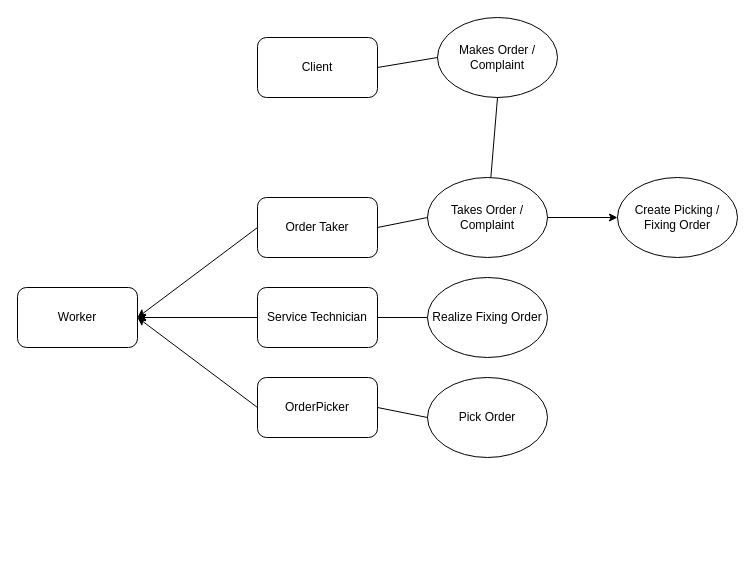
This is RelatedFiles/Diagram Przypadków-Użyć.drawio from LKuczera1/ShopManager, a draw.io file, before an edit. Source tidied: cells renumbered, new cells numbered last; positions are measured from the earlier drawing's top-left corner, leaving out a move shared by most shapes. Both pictures are drawn from the tidied source at 100%, with x=0, y=0 at pixel (17, 17).
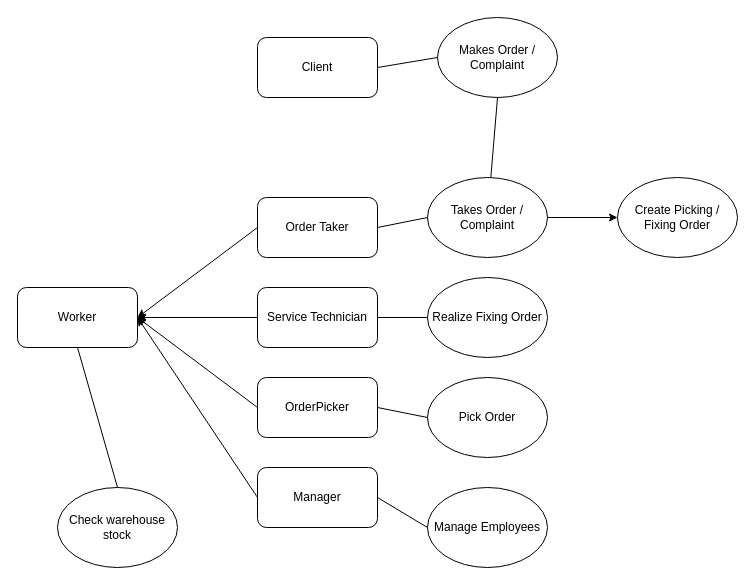
After the change.

Unchanged cells that the change refers to:
```xml
<mxCell id="3" value="Worker" style="rounded=1;whiteSpace=wrap;html=1;" parent="1" vertex="1">
  <mxGeometry y="270" width="120" height="60" as="geometry" />
</mxCell>
```

The edit, as a diff of the source:
```diff
@@
+    <mxCell id="21" value="Manager" style="rounded=1;whiteSpace=wrap;html=1;" parent="1" vertex="1">
+      <mxGeometry x="240" y="450" width="120" height="60" as="geometry" />
+    </mxCell>
+    <mxCell id="22" value="Manage Employees" style="ellipse;whiteSpace=wrap;html=1;" parent="1" vertex="1">
+      <mxGeometry x="410" y="470" width="120" height="80" as="geometry" />
+    </mxCell>
+    <mxCell id="23" value="Check warehouse&lt;br&gt;stock" style="ellipse;whiteSpace=wrap;html=1;" parent="1" vertex="1">
+      <mxGeometry x="40" y="470" width="120" height="80" as="geometry" />
+    </mxCell>
+    <mxCell id="24" style="endArrow=none;html=1;rounded=0;entryX=1;entryY=0.5;entryDx=0;entryDy=0;exitX=0;exitY=0.5;exitDx=0;exitDy=0;" parent="1" edge="1" source="22" target="21">
+      <mxGeometry relative="1" as="geometry" />
+    </mxCell>
+    <mxCell id="25" style="endArrow=none;html=1;rounded=0;entryX=0.5;entryY=0;entryDx=0;entryDy=0;exitX=0.5;exitY=1;exitDx=0;exitDy=0;" parent="1" edge="1" source="3" target="23">
+      <mxGeometry relative="1" as="geometry" />
+    </mxCell>
+    <mxCell id="26" style="endArrow=classic;html=1;rounded=0;entryX=1;entryY=0.5;entryDx=0;entryDy=0;exitX=0;exitY=0.5;exitDx=0;exitDy=0;" parent="1" edge="1" source="21" target="3">
+      <mxGeometry relative="1" as="geometry" />
+    </mxCell>
```
